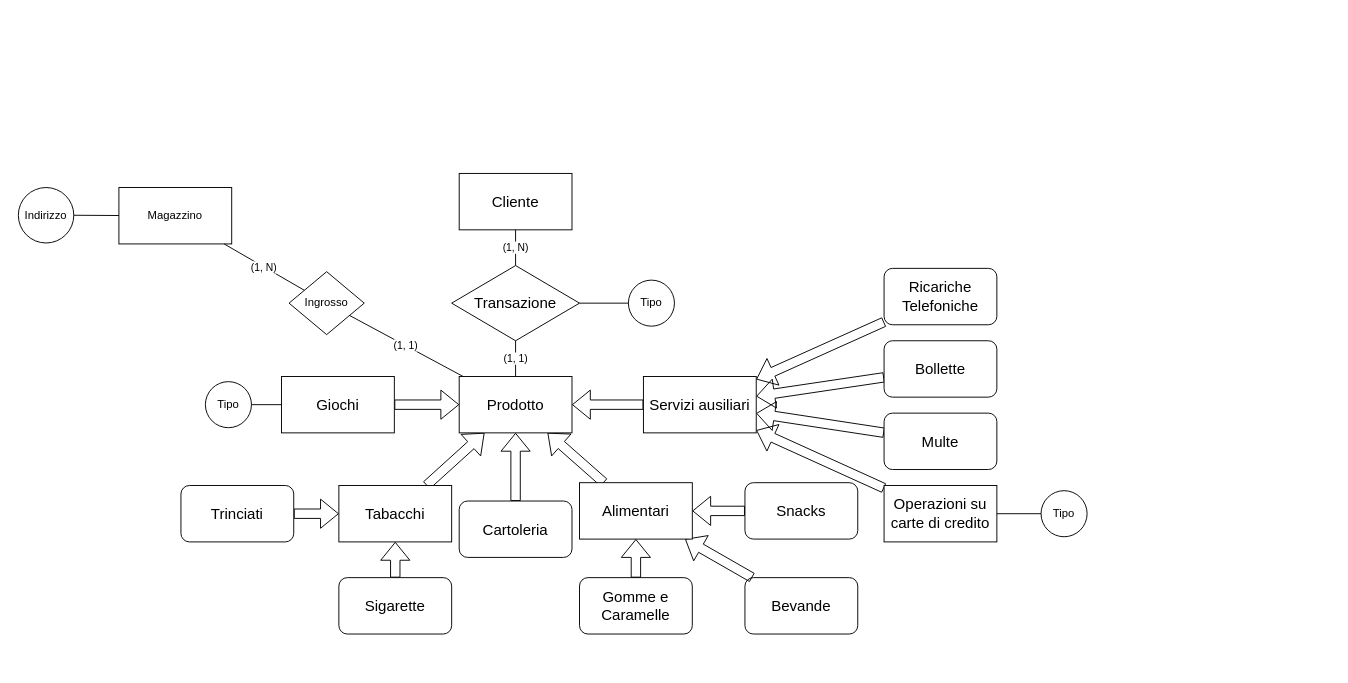
The draw.io diagram md/tabaccheriadb.drawio in TheDarkBug/notes, before the edit. Source tidied: cells renumbered, new cells numbered last; positions are measured from the earlier drawing's top-left corner, leaving out a move shared by most shapes. Both pictures are drawn from the tidied source at 94%, with x=0, y=0 at pixel (18, 173).
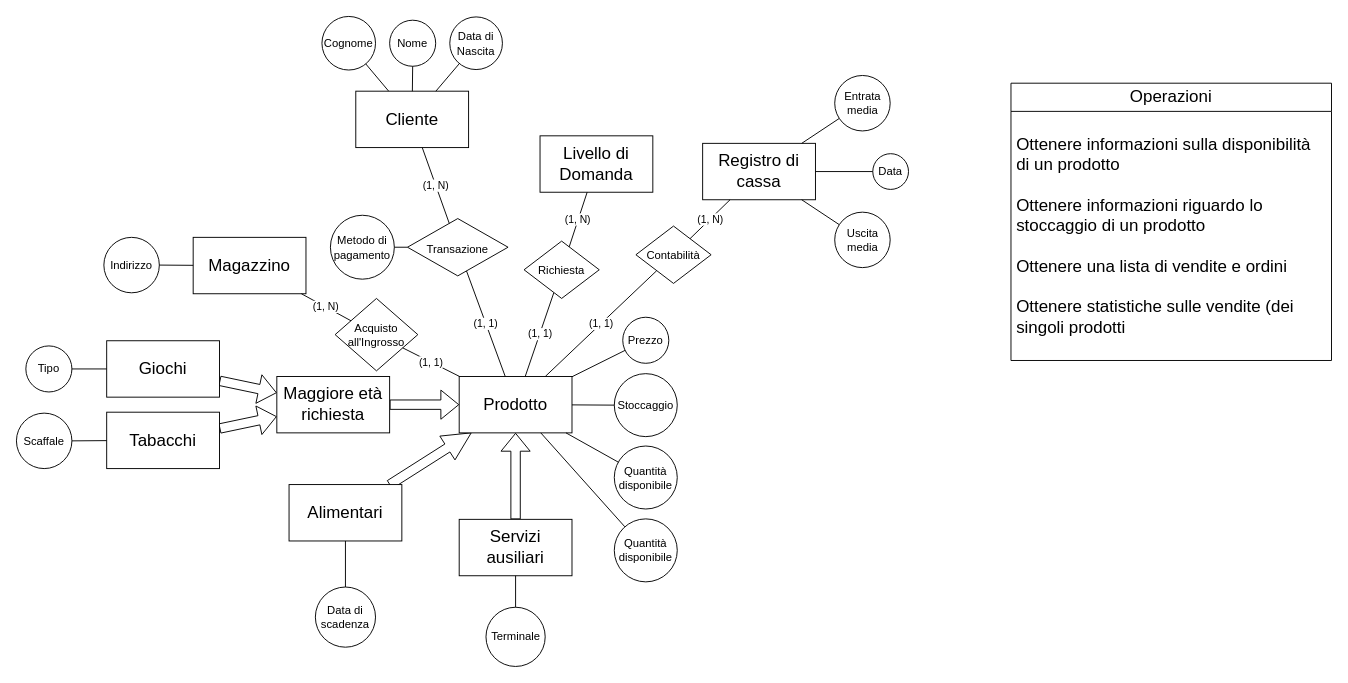
After the change.

What changed in the source:
```diff
@@
-    <mxCell id="2" value="Transazione" style="rhombus;whiteSpace=wrap;html=1;fontSize=16;" parent="1" vertex="1">
-      <mxGeometry x="461" y="98" width="136" height="80" as="geometry" />
+    <mxCell id="2" value="&lt;font style=&quot;font-size: 12px;&quot;&gt;Transazione&lt;/font&gt;" style="rhombus;whiteSpace=wrap;html=1;fontSize=16;" parent="1" vertex="1">
+      <mxGeometry x="414" y="48" width="107" height="61" as="geometry" />
     </mxCell>
-    <mxCell id="3" style="edgeStyle=none;curved=1;rounded=0;jettySize=auto;html=1;fontSize=12;shape=flexArrow;" parent="1" edge="1" source="9" target="8">
-      <mxGeometry relative="1" as="geometry" />
-    </mxCell>
-    <mxCell id="4" style="edgeStyle=none;curved=1;rounded=0;jettySize=auto;html=1;fontSize=12;shape=flexArrow;" parent="1" edge="1" source="14" target="8">
+    <mxCell id="4" style="edgeStyle=none;curved=1;rounded=0;jettySize=auto;html=1;fontSize=12;shape=flexArrow;" parent="1" edge="1" source="14" target="66">
       <mxGeometry relative="1" as="geometry" />
     </mxCell>
@@
-    <mxCell id="6" style="edgeStyle=none;curved=1;rounded=0;jettySize=auto;html=1;fontSize=12;shape=flexArrow;" parent="1" edge="1" source="27" target="8">
+    <mxCell id="6" style="edgeStyle=none;curved=1;rounded=0;jettySize=auto;html=1;fontSize=12;shape=arrow;" parent="1" edge="1" source="27" target="8">
       <mxGeometry relative="1" as="geometry" />
     </mxCell>
-    <mxCell id="7" style="edgeStyle=none;curved=1;rounded=0;jettySize=auto;html=1;fontSize=12;shape=flexArrow;" parent="1" edge="1" source="30" target="8">
+    <mxCell id="7" style="edgeStyle=none;curved=1;rounded=0;jettySize=auto;html=1;fontSize=12;shape=flexArrow;" parent="1" edge="1" source="30" target="66">
       <mxGeometry relative="1" as="geometry" />
     </mxCell>
-    <mxCell id="8" value="&lt;div&gt;Prodotto&lt;/div&gt;" style="whiteSpace=wrap;html=1;fontSize=16;" parent="1" vertex="1">
+    <mxCell id="8" value="&lt;div&gt;&lt;font style=&quot;font-size: 18px;&quot;&gt;Prodotto&lt;/font&gt;&lt;/div&gt;" style="whiteSpace=wrap;html=1;fontSize=16;" parent="1" vertex="1">
       <mxGeometry x="469" y="216" width="120" height="60" as="geometry" />
     </mxCell>
-    <mxCell id="9" value="Cartoleria" style="rounded=1;whiteSpace=wrap;html=1;fontSize=16;" parent="1" vertex="1">
-      <mxGeometry x="469" y="348.5" width="120" height="60" as="geometry" />
-    </mxCell>
-    <mxCell id="10" value="&lt;div&gt;Snacks&lt;/div&gt;" style="whiteSpace=wrap;html=1;fontSize=16;rounded=1;" parent="1" vertex="1">
-      <mxGeometry x="773" y="329" width="120" height="60" as="geometry" />
-    </mxCell>
-    <mxCell id="11" value="&lt;div&gt;Bevande&lt;/div&gt;" style="rounded=1;whiteSpace=wrap;html=1;fontSize=16;" parent="1" vertex="1">
-      <mxGeometry x="773" y="430" width="120" height="60" as="geometry" />
-    </mxCell>
-    <mxCell id="12" value="&lt;div&gt;Gomme e&lt;br&gt;&lt;/div&gt;&lt;div&gt;Caramelle&lt;/div&gt;" style="rounded=1;whiteSpace=wrap;html=1;fontSize=16;" parent="1" vertex="1">
-      <mxGeometry x="597" y="430" width="120" height="60" as="geometry" />
-    </mxCell>
-    <mxCell id="13" value="&lt;div&gt;Cliente&lt;/div&gt;" style="rounded=0;whiteSpace=wrap;html=1;fontSize=16;" parent="1" vertex="1">
-      <mxGeometry x="469" width="120" height="60" as="geometry" />
+    <mxCell id="13" value="&lt;div&gt;&lt;font style=&quot;font-size: 18px;&quot;&gt;Cliente&lt;/font&gt;&lt;/div&gt;" style="rounded=0;whiteSpace=wrap;html=1;fontSize=16;" parent="1" vertex="1">
+      <mxGeometry x="359" y="-87.5" width="120" height="60" as="geometry" />
     </mxCell>
-    <mxCell id="14" value="Giochi" style="rounded=0;whiteSpace=wrap;html=1;fontSize=16;" parent="1" vertex="1">
-      <mxGeometry x="280" y="216" width="120" height="60" as="geometry" />
+    <mxCell id="14" value="&lt;font style=&quot;font-size: 18px;&quot;&gt;Giochi&lt;/font&gt;" style="rounded=0;whiteSpace=wrap;html=1;fontSize=16;" parent="1" vertex="1">
+      <mxGeometry x="94" y="178" width="120" height="60" as="geometry" />
     </mxCell>
-    <mxCell id="15" value="&lt;div&gt;&lt;br&gt;&lt;/div&gt;" style="edgeStyle=none;curved=1;rounded=0;jettySize=auto;html=1;fontSize=12;shape=flexArrow;" parent="1" edge="1" source="21" target="19">
-      <mxGeometry relative="1" as="geometry" />
-    </mxCell>
-    <mxCell id="16" style="edgeStyle=none;curved=1;rounded=0;jettySize=auto;html=1;fontSize=12;shape=flexArrow;" parent="1" edge="1" source="20" target="19">
-      <mxGeometry relative="1" as="geometry" />
-    </mxCell>
-    <mxCell id="17" style="edgeStyle=none;curved=1;rounded=0;jettySize=auto;html=1;fontSize=12;shape=flexArrow;" parent="1" edge="1" source="22" target="19">
-      <mxGeometry relative="1" as="geometry" />
-    </mxCell>
-    <mxCell id="18" style="edgeStyle=none;curved=1;rounded=0;jettySize=auto;html=1;fontSize=12;shape=flexArrow;" parent="1" edge="1" source="23" target="19">
-      <mxGeometry relative="1" as="geometry" />
-    </mxCell>
-    <mxCell id="19" value="Servizi ausiliari" style="whiteSpace=wrap;html=1;fontSize=16;" parent="1" vertex="1">
-      <mxGeometry x="665" y="216" width="120" height="60" as="geometry" />
+    <mxCell id="19" value="&lt;font style=&quot;font-size: 18px;&quot;&gt;Servizi ausiliari&lt;/font&gt;" style="whiteSpace=wrap;html=1;fontSize=16;" parent="1" vertex="1">
+      <mxGeometry x="469" y="368" width="120" height="60" as="geometry" />
     </mxCell>
-    <mxCell id="20" value="Bollette" style="rounded=1;whiteSpace=wrap;html=1;fontSize=16;" parent="1" vertex="1">
-      <mxGeometry x="921" y="178" width="120" height="60" as="geometry" />
-    </mxCell>
-    <mxCell id="21" value="Ricariche Telefoniche" style="rounded=1;whiteSpace=wrap;html=1;fontSize=16;" parent="1" vertex="1">
-      <mxGeometry x="921" y="101" width="120" height="60" as="geometry" />
-    </mxCell>
-    <mxCell id="22" value="Multe" style="rounded=1;whiteSpace=wrap;html=1;fontSize=16;" parent="1" vertex="1">
-      <mxGeometry x="921" y="255" width="120" height="60" as="geometry" />
-    </mxCell>
-    <mxCell id="23" value="Operazioni su carte di credito" style="rounded=0;whiteSpace=wrap;html=1;fontSize=16;" parent="1" vertex="1">
-      <mxGeometry x="921" y="332" width="120" height="60" as="geometry" />
-    </mxCell>
-    <mxCell id="24" style="edgeStyle=none;curved=1;rounded=0;jettySize=auto;html=1;fontSize=12;shape=flexArrow;" parent="1" edge="1" source="10" target="27">
-      <mxGeometry relative="1" as="geometry" />
-    </mxCell>
-    <mxCell id="25" style="edgeStyle=none;curved=1;rounded=0;jettySize=auto;html=1;fontSize=12;shape=flexArrow;" parent="1" edge="1" source="11" target="27">
-      <mxGeometry relative="1" as="geometry" />
-    </mxCell>
-    <mxCell id="26" style="edgeStyle=none;curved=1;rounded=0;jettySize=auto;html=1;fontSize=12;shape=flexArrow;" parent="1" edge="1" source="12" target="27">
-      <mxGeometry relative="1" as="geometry" />
-    </mxCell>
-    <mxCell id="27" value="Alimentari" style="rounded=0;whiteSpace=wrap;html=1;fontSize=16;" parent="1" vertex="1">
-      <mxGeometry x="597" y="329" width="120" height="60" as="geometry" />
+    <mxCell id="27" value="&lt;font style=&quot;font-size: 18px;&quot;&gt;Alimentari&lt;/font&gt;" style="rounded=0;whiteSpace=wrap;html=1;fontSize=16;" parent="1" vertex="1">
+      <mxGeometry x="288" y="331" width="120" height="60" as="geometry" />
     </mxCell>
-    <mxCell id="28" style="edgeStyle=none;curved=1;rounded=0;jettySize=auto;html=1;fontSize=12;shape=flexArrow;" parent="1" edge="1" source="31" target="30">
-      <mxGeometry relative="1" as="geometry" />
-    </mxCell>
-    <mxCell id="29" style="edgeStyle=none;curved=1;rounded=0;jettySize=auto;html=1;fontSize=12;shape=flexArrow;" parent="1" edge="1" source="32" target="30">
-      <mxGeometry relative="1" as="geometry" />
-    </mxCell>
-    <mxCell id="30" value="Tabacchi" style="rounded=0;whiteSpace=wrap;html=1;fontSize=16;" parent="1" vertex="1">
-      <mxGeometry x="341" y="332" width="120" height="60" as="geometry" />
+    <mxCell id="30" value="&lt;font style=&quot;font-size: 18px;&quot;&gt;Tabacchi&lt;/font&gt;" style="rounded=0;whiteSpace=wrap;html=1;fontSize=16;" parent="1" vertex="1">
+      <mxGeometry x="94" y="254" width="120" height="60" as="geometry" />
     </mxCell>
-    <mxCell id="31" value="Trinciati" style="rounded=1;whiteSpace=wrap;html=1;fontSize=16;" parent="1" vertex="1">
-      <mxGeometry x="173" y="332" width="120" height="60" as="geometry" />
-    </mxCell>
-    <mxCell id="32" value="Sigarette" style="rounded=1;whiteSpace=wrap;html=1;fontSize=16;" parent="1" vertex="1">
-      <mxGeometry x="341" y="430" width="120" height="60" as="geometry" />
-    </mxCell>
@@
-    <mxCell id="35" value="Tipo" style="ellipse;whiteSpace=wrap;html=1;" parent="1" vertex="1">
-      <mxGeometry x="649" y="113.5" width="49" height="49" as="geometry" />
+    <mxCell id="35" value="Metodo di pagamento" style="ellipse;whiteSpace=wrap;html=1;" parent="1" vertex="1">
+      <mxGeometry x="332" y="44.5" width="68" height="68" as="geometry" />
     </mxCell>
@@
-    <mxCell id="37" value="Tipo" style="ellipse;whiteSpace=wrap;html=1;" parent="1" vertex="1">
-      <mxGeometry x="1088" y="337.5" width="49" height="49" as="geometry" />
-    </mxCell>
-    <mxCell id="38" style="endArrow=none;html=1;rounded=0;" parent="1" edge="1" source="37" target="23">
-      <mxGeometry relative="1" as="geometry" />
-    </mxCell>
     <mxCell id="39" value="Tipo" style="ellipse;whiteSpace=wrap;html=1;" parent="1" vertex="1">
-      <mxGeometry x="199" y="221.5" width="49" height="49" as="geometry" />
+      <mxGeometry x="8" y="183.5" width="49" height="49" as="geometry" />
     </mxCell>
@@
-    <mxCell id="41" value="Magazzino" style="rounded=0;whiteSpace=wrap;html=1;" parent="1" vertex="1">
-      <mxGeometry x="107" y="15" width="120" height="60" as="geometry" />
+    <mxCell id="41" value="&lt;font style=&quot;font-size: 18px;&quot;&gt;Magazzino&lt;/font&gt;" style="rounded=0;whiteSpace=wrap;html=1;" parent="1" vertex="1">
+      <mxGeometry x="186" y="68" width="120" height="60" as="geometry" />
     </mxCell>
-    <mxCell id="42" value="Ingrosso" style="rhombus;whiteSpace=wrap;html=1;" parent="1" vertex="1">
-      <mxGeometry x="288" y="104.5" width="80" height="67" as="geometry" />
+    <mxCell id="42" value="Acquisto all'Ingrosso" style="rhombus;whiteSpace=wrap;html=1;" parent="1" vertex="1">
+      <mxGeometry x="337" y="133" width="88" height="77" as="geometry" />
     </mxCell>
@@
     <mxCell id="45" value="Indirizzo" style="ellipse;whiteSpace=wrap;html=1;" parent="1" vertex="1">
-      <mxGeometry y="15" width="59" height="59" as="geometry" />
+      <mxGeometry x="91" y="68" width="59" height="59" as="geometry" />
     </mxCell>
@@
+    <mxCell id="47" value="&lt;div&gt;Prezzo&lt;/div&gt;" style="ellipse;whiteSpace=wrap;html=1;" parent="1" vertex="1">
+      <mxGeometry x="643" y="153" width="49" height="49" as="geometry" />
+    </mxCell>
+    <mxCell id="48" value="Quantità disponibile" style="ellipse;whiteSpace=wrap;html=1;" parent="1" vertex="1">
+      <mxGeometry x="634" y="367.5" width="67" height="67" as="geometry" />
+    </mxCell>
+    <mxCell id="49" style="endArrow=none;html=1;rounded=0;" parent="1" edge="1" source="47" target="8">
+      <mxGeometry relative="1" as="geometry" />
+    </mxCell>
+    <mxCell id="50" style="endArrow=none;html=1;rounded=0;" parent="1" edge="1" source="48" target="8">
+      <mxGeometry relative="1" as="geometry" />
+    </mxCell>
+    <mxCell id="51" value="&lt;font style=&quot;font-size: 18px;&quot;&gt;Livello di Domanda&lt;/font&gt;" style="rounded=0;whiteSpace=wrap;html=1;" parent="1" vertex="1">
+      <mxGeometry x="555" y="-40" width="120" height="60" as="geometry" />
+    </mxCell>
+    <mxCell id="52" value="(1, 1)" style="endArrow=none;html=1;rounded=0;" parent="1" edge="1" source="53" target="8">
+      <mxGeometry relative="1" as="geometry" />
+    </mxCell>
+    <mxCell id="53" value="Richiesta" style="rhombus;whiteSpace=wrap;html=1;" parent="1" vertex="1">
+      <mxGeometry x="538" y="72" width="80" height="61" as="geometry" />
+    </mxCell>
+    <mxCell id="54" value="(1, N)" style="endArrow=none;html=1;rounded=0;" parent="1" edge="1" source="51" target="53">
+      <mxGeometry relative="1" as="geometry" />
+    </mxCell>
+    <mxCell id="55" value="Terminale" style="ellipse;whiteSpace=wrap;html=1;" parent="1" vertex="1">
+      <mxGeometry x="497.5" y="461.5" width="63" height="63" as="geometry" />
+    </mxCell>
+    <mxCell id="56" style="endArrow=none;html=1;rounded=0;" parent="1" edge="1" source="55" target="19">
+      <mxGeometry relative="1" as="geometry" />
+    </mxCell>
+    <mxCell id="57" style="endArrow=none;html=1;rounded=0;" parent="1" edge="1" source="58" target="30">
+      <mxGeometry relative="1" as="geometry" />
+    </mxCell>
+    <mxCell id="58" value="&lt;div&gt;Scaffale&lt;/div&gt;" style="ellipse;whiteSpace=wrap;html=1;" parent="1" vertex="1">
+      <mxGeometry x="-2" y="255" width="59" height="59" as="geometry" />
+    </mxCell>
+    <mxCell id="59" value="Nome" style="ellipse;whiteSpace=wrap;html=1;" parent="1" vertex="1">
+      <mxGeometry x="395" y="-163" width="49" height="49" as="geometry" />
+    </mxCell>
+    <mxCell id="60" style="endArrow=none;html=1;rounded=0;" parent="1" edge="1" source="59" target="13">
+      <mxGeometry relative="1" as="geometry" />
+    </mxCell>
+    <mxCell id="61" value="Cognome" style="ellipse;whiteSpace=wrap;html=1;" parent="1" vertex="1">
+      <mxGeometry x="323" y="-167" width="57" height="57" as="geometry" />
+    </mxCell>
+    <mxCell id="62" style="endArrow=none;html=1;rounded=0;" parent="1" edge="1" source="61" target="13">
+      <mxGeometry relative="1" as="geometry" />
+    </mxCell>
+    <mxCell id="63" value="Data di Nascita" style="ellipse;whiteSpace=wrap;html=1;" parent="1" vertex="1">
+      <mxGeometry x="459" y="-166.5" width="56" height="56" as="geometry" />
+    </mxCell>
+    <mxCell id="64" style="endArrow=none;html=1;rounded=0;" parent="1" edge="1" source="63" target="13">
+      <mxGeometry relative="1" as="geometry" />
+    </mxCell>
+    <mxCell id="65" style="edgeStyle=orthogonalEdgeStyle;rounded=0;jettySize=auto;html=1;shape=flexArrow;" parent="1" edge="1" source="66" target="8">
+      <mxGeometry relative="1" as="geometry" />
+    </mxCell>
+    <mxCell id="66" value="&lt;font style=&quot;font-size: 18px;&quot;&gt;Maggiore età richiesta&lt;br&gt;&lt;/font&gt;" style="rounded=0;whiteSpace=wrap;html=1;" parent="1" vertex="1">
+      <mxGeometry x="275" y="216" width="120" height="60" as="geometry" />
+    </mxCell>
+    <mxCell id="67" style="endArrow=none;html=1;rounded=0;" parent="1" edge="1" source="68" target="27">
+      <mxGeometry relative="1" as="geometry" />
+    </mxCell>
+    <mxCell id="68" value="Data di scadenza" style="ellipse;whiteSpace=wrap;html=1;" parent="1" vertex="1">
+      <mxGeometry x="316" y="440" width="64" height="64" as="geometry" />
+    </mxCell>
+    <mxCell id="69" value="&lt;font style=&quot;font-size: 18px;&quot;&gt;Operazioni&lt;/font&gt;" style="swimlane;fontStyle=0;horizontal=1;startSize=30;whiteSpace=wrap;html=1;" parent="1" vertex="1">
+      <mxGeometry x="1056" y="-96" width="341" height="295" as="geometry" />
+    </mxCell>
+    <mxCell id="70" value="&lt;div&gt;&lt;font style=&quot;font-size: 18px;&quot;&gt;Ottenere informazioni sulla disponibilità di un prodotto&lt;/font&gt;&lt;/div&gt;&lt;div&gt;&lt;font style=&quot;font-size: 18px;&quot;&gt;&lt;br&gt;&lt;/font&gt;&lt;/div&gt;&lt;div&gt;&lt;font style=&quot;font-size: 18px;&quot;&gt;Ottenere informazioni riguardo lo stoccaggio di un prodotto&lt;/font&gt;&lt;/div&gt;&lt;div&gt;&lt;font style=&quot;font-size: 18px;&quot;&gt;&lt;br&gt;&lt;/font&gt;&lt;/div&gt;&lt;div&gt;&lt;font style=&quot;font-size: 18px;&quot;&gt;Ottenere una lista di vendite e ordini&lt;/font&gt;&lt;/div&gt;&lt;div&gt;&lt;font style=&quot;font-size: 18px;&quot;&gt;&lt;br&gt;&lt;/font&gt;&lt;/div&gt;&lt;div&gt;&lt;font style=&quot;font-size: 18px;&quot;&gt;Ottenere statistiche sulle vendite (dei singoli prodotti&lt;br&gt;&lt;/font&gt;&lt;/div&gt;" style="text;strokeColor=none;fillColor=none;align=left;verticalAlign=middle;spacingLeft=4;spacingRight=4;overflow=hidden;whiteSpace=wrap;html=1;" parent="69" vertex="1">
+      <mxGeometry y="30" width="341" height="265" as="geometry" />
+    </mxCell>
+    <mxCell id="71" value="Stoccaggio" style="ellipse;whiteSpace=wrap;html=1;" parent="1" vertex="1">
+      <mxGeometry x="634" y="213" width="67" height="67" as="geometry" />
+    </mxCell>
+    <mxCell id="72" style="endArrow=none;html=1;rounded=0;" parent="1" edge="1" source="71" target="8">
+      <mxGeometry relative="1" as="geometry" />
+    </mxCell>
+    <mxCell id="73" value="&lt;font style=&quot;font-size: 18px;&quot;&gt;Registro di cassa&lt;br&gt;&lt;/font&gt;" style="rounded=0;whiteSpace=wrap;html=1;" parent="1" vertex="1">
+      <mxGeometry x="728" y="-32" width="120" height="60" as="geometry" />
+    </mxCell>
+    <mxCell id="74" value="Contabilità" style="rhombus;whiteSpace=wrap;html=1;" parent="1" vertex="1">
+      <mxGeometry x="657" y="56" width="80" height="61" as="geometry" />
+    </mxCell>
+    <mxCell id="75" value="(1, 1)" style="endArrow=none;html=1;rounded=0;" parent="1" edge="1" source="74" target="8">
+      <mxGeometry relative="1" as="geometry" />
+    </mxCell>
+    <mxCell id="76" value="(1, N)" style="endArrow=none;html=1;rounded=0;" parent="1" edge="1" source="73" target="74">
+      <mxGeometry relative="1" as="geometry" />
+    </mxCell>
+    <mxCell id="77" value="Entrata media" style="ellipse;whiteSpace=wrap;html=1;" parent="1" vertex="1">
+      <mxGeometry x="868.5" y="-104.2" width="59" height="59" as="geometry" />
+    </mxCell>
+    <mxCell id="78" value="Uscita media" style="ellipse;whiteSpace=wrap;html=1;" parent="1" vertex="1">
+      <mxGeometry x="868.5" y="41.2" width="59" height="59" as="geometry" />
+    </mxCell>
+    <mxCell id="79" style="endArrow=none;html=1;rounded=0;" parent="1" edge="1" source="77" target="73">
+      <mxGeometry relative="1" as="geometry" />
+    </mxCell>
+    <mxCell id="80" style="endArrow=none;html=1;rounded=0;" parent="1" edge="1" source="78" target="73">
+      <mxGeometry relative="1" as="geometry" />
+    </mxCell>
+    <mxCell id="81" value="Data" style="ellipse;whiteSpace=wrap;html=1;" parent="1" vertex="1">
+      <mxGeometry x="909" y="-21" width="38" height="38" as="geometry" />
+    </mxCell>
+    <mxCell id="82" style="endArrow=none;html=1;rounded=0;" parent="1" edge="1" source="81" target="73">
+      <mxGeometry relative="1" as="geometry" />
+    </mxCell>
+    <mxCell id="83" value="Quantità disponibile" style="ellipse;whiteSpace=wrap;html=1;" parent="1" vertex="1">
+      <mxGeometry x="634" y="290" width="67" height="67" as="geometry" />
+    </mxCell>
+    <mxCell id="84" style="endArrow=none;html=1;rounded=0;" parent="1" edge="1" source="83" target="8">
+      <mxGeometry relative="1" as="geometry" />
+    </mxCell>
```
